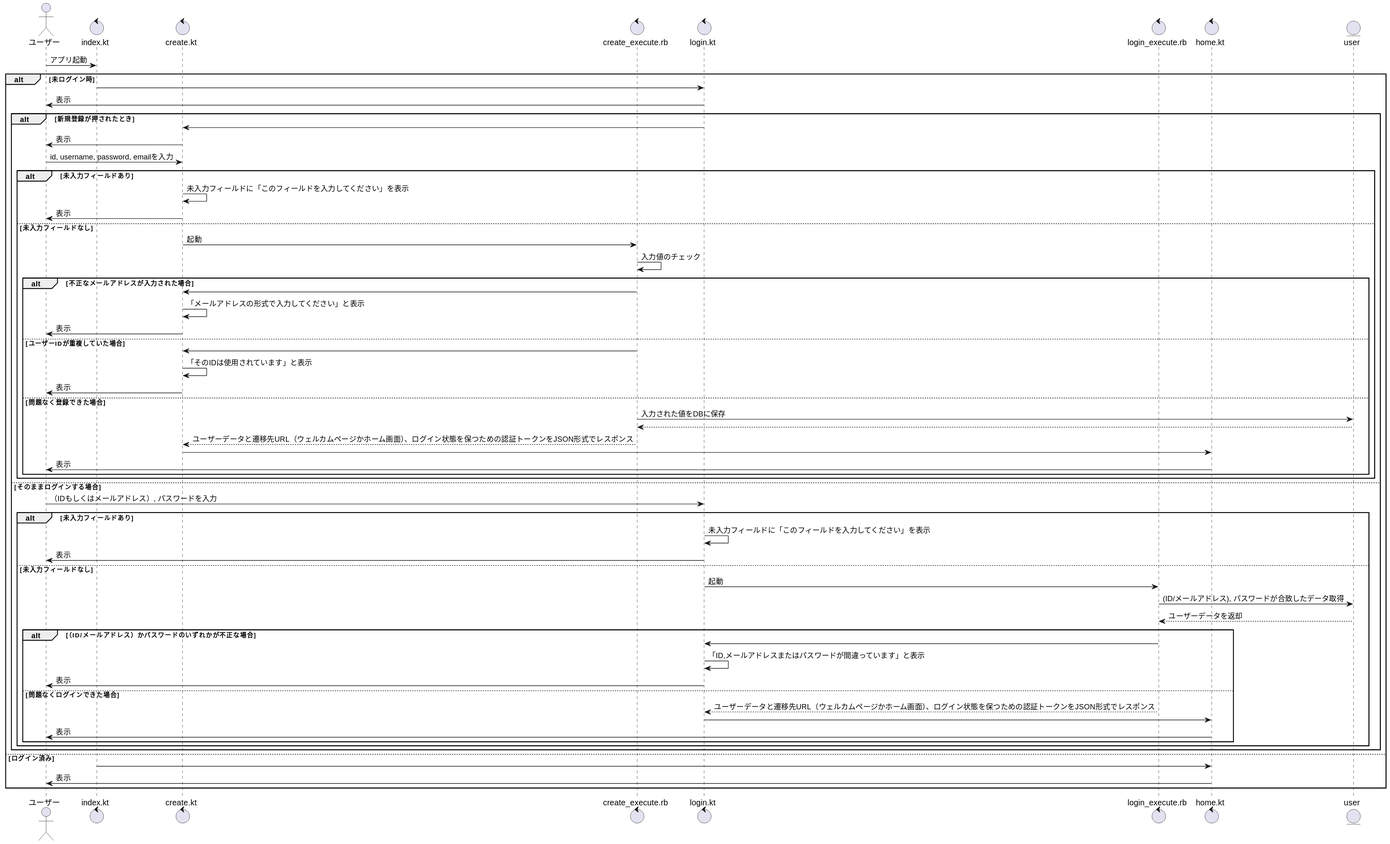
Before: out/仕様書/to_home_sequence/to_home_sequence.svg, a diagram exported from PlantUML (k-hasegawa1001/challecara2025).
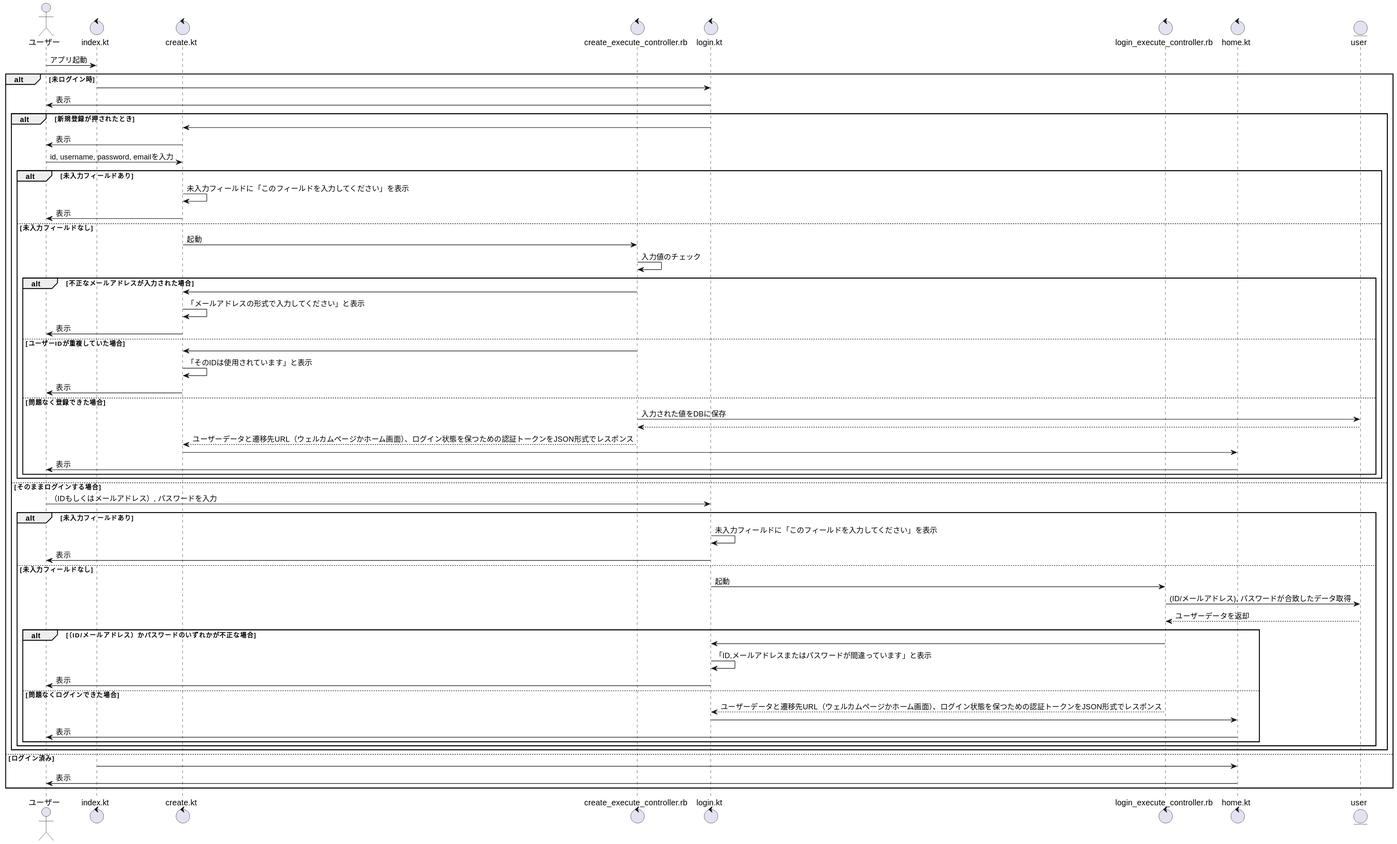
The same file after the commit.

Commit message:
（長谷川）*.rbを*_controller.rbに修正

Diff of the diagram source:
```diff
@@ -4,9 +4,9 @@
 
 control index.kt
 control create.kt
-control create_execute.rb
+control create_execute_controller.rb
 control login.kt
-control login_execute.rb
+control login_execute_controller.rb
 control home.kt
 
 entity user
@@ -26,21 +26,21 @@
             create.kt -> create.kt: 未入力フィールドに「このフィールドを入力してください」を表示
             create.kt -> ユーザー: 表示
         else 未入力フィールドなし
-            create.kt -> create_execute.rb: 起動
-            create_execute.rb -> create_execute.rb: 入力値のチェック
+            create.kt -> create_execute_controller.rb: 起動
+            create_execute_controller.rb -> create_execute_controller.rb: 入力値のチェック
             alt 不正なメールアドレスが入力された場合
-                create_execute.rb -> create.kt
+                create_execute_controller.rb -> create.kt
                 create.kt -> create.kt: 「メールアドレスの形式で入力してください」と表示
                 create.kt -> ユーザー: 表示
             else ユーザーIDが重複していた場合
-                create_execute.rb ->create.kt
+                create_execute_controller.rb ->create.kt
                 create.kt -> create.kt: 「そのIDは使用されています」と表示
                 create.kt -> ユーザー: 表示
             else 問題なく登録できた場合
-                create_execute.rb -> user: 入力された値をDBに保存
-                user --> create_execute.rb
+                create_execute_controller.rb -> user: 入力された値をDBに保存
+                user --> create_execute_controller.rb
 
-                create_execute.rb --> create.kt: ユーザーデータと遷移先URL（ウェルカムページかホーム画面）、ログイン状態を保つための認証トークンをJSON形式でレスポンス
+                create_execute_controller.rb --> create.kt: ユーザーデータと遷移先URL（ウェルカムページかホーム画面）、ログイン状態を保つための認証トークンをJSON形式でレスポンス
                 create.kt -> home.kt
                 home.kt -> ユーザー: 表示
             end
@@ -52,16 +52,16 @@
             login.kt -> login.kt: 未入力フィールドに「このフィールドを入力してください」を表示
             login.kt -> ユーザー: 表示
         else 未入力フィールドなし
-            login.kt -> login_execute.rb: 起動
-            login_execute.rb -> user: (ID/メールアドレス), パスワードが合致したデータ取得
-            user --> login_execute.rb: ユーザーデータを返却
+            login.kt -> login_execute_controller.rb: 起動
+            login_execute_controller.rb -> user: (ID/メールアドレス), パスワードが合致したデータ取得
+            user --> login_execute_controller.rb: ユーザーデータを返却
 
             alt （ID/メールアドレス）かパスワードのいずれかが不正な場合
-                login_execute.rb -> login.kt
+                login_execute_controller.rb -> login.kt
                 login.kt -> login.kt: 「ID,メールアドレスまたはパスワードが間違っています」と表示
                 login.kt -> ユーザー: 表示
             else 問題なくログインできた場合
-                login_execute.rb --> login.kt: ユーザーデータと遷移先URL（ウェルカムページかホーム画面）、ログイン状態を保つための認証トークンをJSON形式でレスポンス
+                login_execute_controller.rb --> login.kt: ユーザーデータと遷移先URL（ウェルカムページかホーム画面）、ログイン状態を保つための認証トークンをJSON形式でレスポンス
                 login.kt -> home.kt
                 home.kt -> ユーザー: 表示
             end
```
